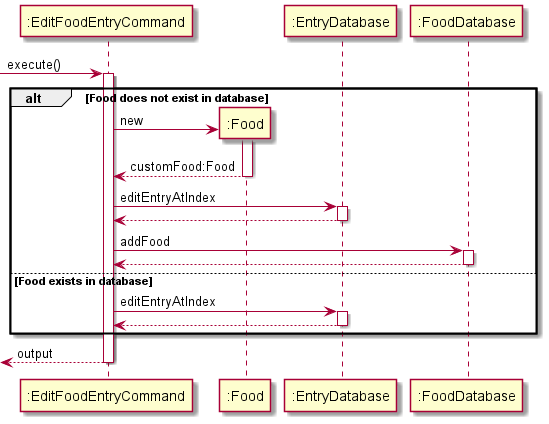
This is docs/diagrams-DG/Command_EditFoodEntryCommand_Seq.png from praj-bellakka/tp, a PlantUML export, as it was before one commit.
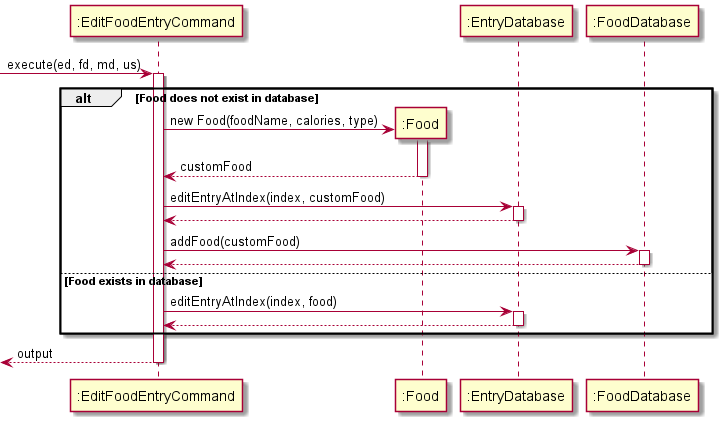
Above is the later version.

What changed in the source:
```diff
@@ -1,25 +1,25 @@
 @startuml
 
--> ":EditFoodEntryCommand": execute()
+-> ":EditFoodEntryCommand": execute(ed, fd, md, us)
 activate ":EditFoodEntryCommand"
 alt Food does not exist in database
 
     create ":Food"
-    ":EditFoodEntryCommand" -> ":Food" : new
+    ":EditFoodEntryCommand" -> ":Food" : new Food(foodName, calories, type)
     activate ":Food"
-    return customFood:Food
+    return customFood
 
-    ":EditFoodEntryCommand" -> ":EntryDatabase" : editEntryAtIndex
+    ":EditFoodEntryCommand" -> ":EntryDatabase" : editEntryAtIndex(index, customFood)
     activate ":EntryDatabase"
     return
 
-    ":EditFoodEntryCommand" -> ":FoodDatabase" : addFood
+    ":EditFoodEntryCommand" -> ":FoodDatabase" : addFood(customFood)
     activate ":FoodDatabase"
     return
 
 else Food exists in database
 
-    ":EditFoodEntryCommand" -> ":EntryDatabase" : editEntryAtIndex
+    ":EditFoodEntryCommand" -> ":EntryDatabase" : editEntryAtIndex(index, food)
     activate ":EntryDatabase"
     return
 
```
